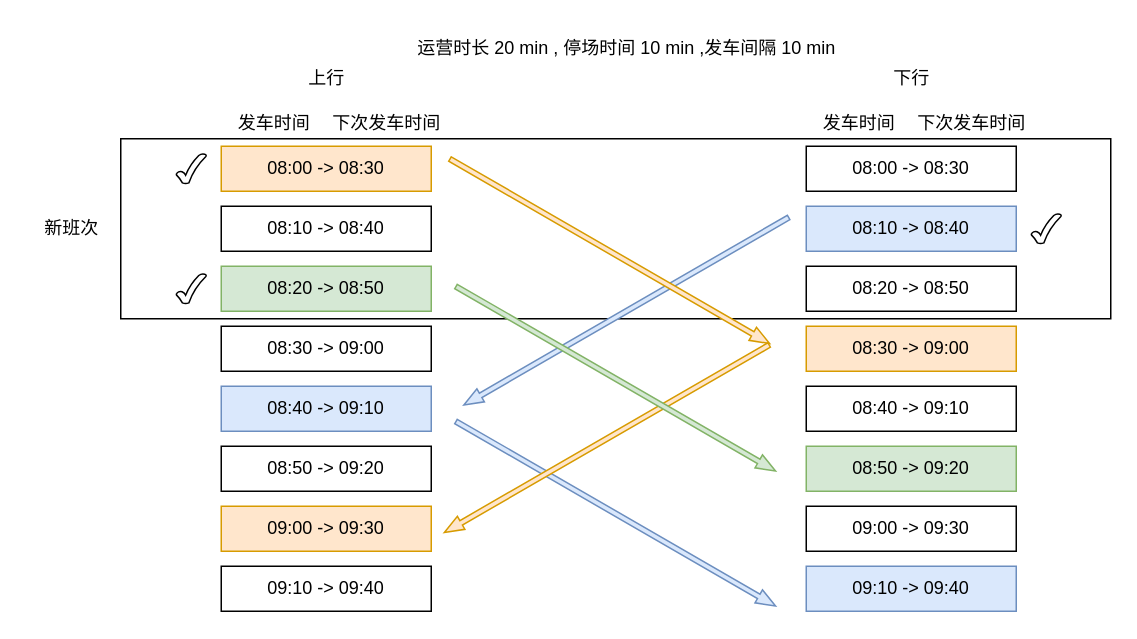
The draw.io diagram 未命名绘图.drawio in alwayChina/draw, before the edit. Source tidied: cells renumbered, new cells numbered last; positions are measured from the earlier drawing's top-left corner, leaving out a move shared by most shapes. Both pictures are drawn from the tidied source at 150%, with x=0, y=0 at pixel (26, 26).
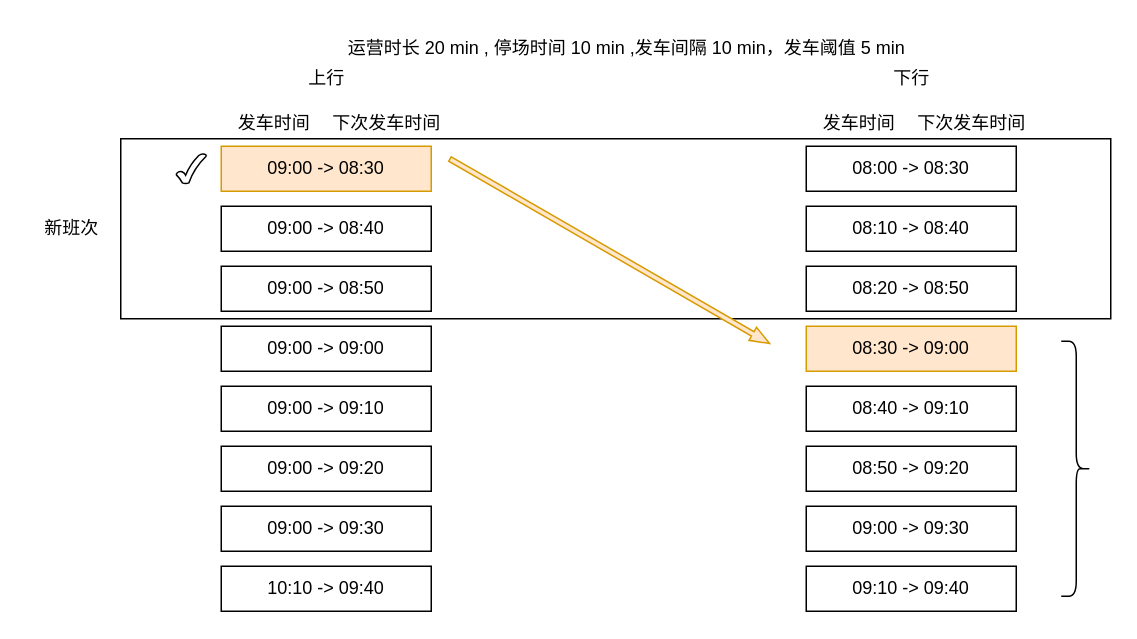
After the change.

Commit message:
更新未命名绘图.drawio

Change to the diagram source:
```diff
@@
-    <mxCell id="3" value="08:00 -&amp;gt; 08:30" style="rounded=0;whiteSpace=wrap;html=1;fillColor=#ffe6cc;strokeColor=#d79b00;" parent="1" vertex="1">
+    <mxCell id="3" value="09:00 -&amp;gt; 08:30" style="rounded=0;whiteSpace=wrap;html=1;fillColor=#ffe6cc;strokeColor=#d79b00;" parent="1" vertex="1">
       <mxGeometry x="130" y="80" width="140" height="30" as="geometry" />
     </mxCell>
-    <mxCell id="4" value="08:10 -&amp;gt; 08:40" style="rounded=0;whiteSpace=wrap;html=1;" parent="1" vertex="1">
+    <mxCell id="4" value="09:00 -&amp;gt; 08:40" style="rounded=0;whiteSpace=wrap;html=1;" parent="1" vertex="1">
       <mxGeometry x="130" y="120" width="140" height="30" as="geometry" />
     </mxCell>
-    <mxCell id="5" value="08:20 -&amp;gt; 08:50" style="rounded=0;whiteSpace=wrap;html=1;fillColor=#d5e8d4;strokeColor=#82b366;" parent="1" vertex="1">
+    <mxCell id="5" value="09:00 -&amp;gt; 08:50" style="rounded=0;whiteSpace=wrap;html=1;" parent="1" vertex="1">
       <mxGeometry x="130" y="160" width="140" height="30" as="geometry" />
     </mxCell>
-    <mxCell id="6" value="08:30 -&amp;gt; 09:00" style="rounded=0;whiteSpace=wrap;html=1;" parent="1" vertex="1">
+    <mxCell id="6" value="09:00 -&amp;gt; 09:00" style="rounded=0;whiteSpace=wrap;html=1;" parent="1" vertex="1">
       <mxGeometry x="130" y="200" width="140" height="30" as="geometry" />
     </mxCell>
-    <mxCell id="7" value="08:40 -&amp;gt; 09:10" style="rounded=0;whiteSpace=wrap;html=1;fillColor=#dae8fc;strokeColor=#6c8ebf;" parent="1" vertex="1">
+    <mxCell id="7" value="09:00 -&amp;gt; 09:10" style="rounded=0;whiteSpace=wrap;html=1;" parent="1" vertex="1">
       <mxGeometry x="130" y="240" width="140" height="30" as="geometry" />
     </mxCell>
-    <mxCell id="8" value="08:50 -&amp;gt; 09:20" style="rounded=0;whiteSpace=wrap;html=1;" parent="1" vertex="1">
+    <mxCell id="8" value="09:00 -&amp;gt; 09:20" style="rounded=0;whiteSpace=wrap;html=1;" parent="1" vertex="1">
       <mxGeometry x="130" y="280" width="140" height="30" as="geometry" />
     </mxCell>
-    <mxCell id="9" value="09:00 -&amp;gt; 09:30" style="rounded=0;whiteSpace=wrap;html=1;fillColor=#ffe6cc;strokeColor=#d79b00;" parent="1" vertex="1">
+    <mxCell id="9" value="09:00 -&amp;gt; 09:30" style="rounded=0;whiteSpace=wrap;html=1;" parent="1" vertex="1">
       <mxGeometry x="130" y="320" width="140" height="30" as="geometry" />
     </mxCell>
-    <mxCell id="10" value="09:10 -&amp;gt; 09:40" style="rounded=0;whiteSpace=wrap;html=1;" parent="1" vertex="1">
+    <mxCell id="10" value="10:10 -&amp;gt; 09:40" style="rounded=0;whiteSpace=wrap;html=1;" parent="1" vertex="1">
       <mxGeometry x="130" y="360" width="140" height="30" as="geometry" />
     </mxCell>
-    <mxCell id="11" value="运营时长 20 min , 停场时间 10 min ,发车间隔 10 min" style="text;html=1;align=center;verticalAlign=middle;strokeColor=none;fillColor=none;" parent="1" vertex="1">
-      <mxGeometry x="250" width="300" height="30" as="geometry" />
+    <mxCell id="11" value="运营时长 20 min , 停场时间 10 min ,发车间隔 10 min，发车阈值 5 min" style="text;html=1;align=center;verticalAlign=middle;strokeColor=none;fillColor=none;" parent="1" vertex="1">
+      <mxGeometry x="205" width="390" height="30" as="geometry" />
     </mxCell>
@@
-    <mxCell id="16" value="08:10 -&amp;gt; 08:40" style="rounded=0;whiteSpace=wrap;html=1;fillColor=#dae8fc;strokeColor=#6c8ebf;" parent="1" vertex="1">
+    <mxCell id="16" value="08:10 -&amp;gt; 08:40" style="rounded=0;whiteSpace=wrap;html=1;" parent="1" vertex="1">
       <mxGeometry x="520" y="120" width="140" height="30" as="geometry" />
     </mxCell>
@@
-    <mxCell id="20" value="08:50 -&amp;gt; 09:20" style="rounded=0;whiteSpace=wrap;html=1;fillColor=#d5e8d4;strokeColor=#82b366;" parent="1" vertex="1">
+    <mxCell id="20" value="08:50 -&amp;gt; 09:20" style="rounded=0;whiteSpace=wrap;html=1;" parent="1" vertex="1">
       <mxGeometry x="520" y="280" width="140" height="30" as="geometry" />
     </mxCell>
@@
-    <mxCell id="22" value="09:10 -&amp;gt; 09:40" style="rounded=0;whiteSpace=wrap;html=1;fillColor=#dae8fc;strokeColor=#6c8ebf;" parent="1" vertex="1">
+    <mxCell id="22" value="09:10 -&amp;gt; 09:40" style="rounded=0;whiteSpace=wrap;html=1;" parent="1" vertex="1">
       <mxGeometry x="520" y="360" width="140" height="30" as="geometry" />
     </mxCell>
@@
-    <mxCell id="26" style="html=1;shadow=0;dashed=0;align=center;verticalAlign=middle;shape=mxgraph.arrows2.arrow;dy=0.66;dx=12.92;notch=0;rotation=30;fillColor=#dae8fc;strokeColor=#6c8ebf;" parent="1" vertex="1">
-      <mxGeometry x="270" y="320" width="246" height="10" as="geometry" />
-    </mxCell>
-    <mxCell id="27" style="html=1;shadow=0;dashed=0;align=center;verticalAlign=middle;shape=mxgraph.arrows2.arrow;dy=0.66;dx=12.92;notch=0;rotation=-210;fillColor=#dae8fc;strokeColor=#6c8ebf;" parent="1" vertex="1">
-      <mxGeometry x="275" y="185" width="250" height="10" as="geometry" />
-    </mxCell>
@@
-    <mxCell id="29" style="html=1;shadow=0;dashed=0;align=center;verticalAlign=middle;shape=mxgraph.arrows2.arrow;dy=0.66;dx=12.92;notch=0;rotation=-210;fillColor=#ffe6cc;strokeColor=#d79b00;" parent="1" vertex="1">
-      <mxGeometry x="262" y="270" width="250" height="10" as="geometry" />
-    </mxCell>
-    <mxCell id="30" style="html=1;shadow=0;dashed=0;align=center;verticalAlign=middle;shape=mxgraph.arrows2.arrow;dy=0.66;dx=12.92;notch=0;rotation=30;fillColor=#d5e8d4;strokeColor=#82b366;" parent="1" vertex="1">
-      <mxGeometry x="270" y="230" width="246" height="10" as="geometry" />
-    </mxCell>
-    <mxCell id="31" style="verticalLabelPosition=bottom;verticalAlign=top;html=1;shape=mxgraph.basic.tick;fontColor=#108bea;" parent="1" vertex="1">
-      <mxGeometry x="100" y="165" width="20" height="20" as="geometry" />
-    </mxCell>
@@
-    <mxCell id="33" style="verticalLabelPosition=bottom;verticalAlign=top;html=1;shape=mxgraph.basic.tick;fontColor=#108bea;" parent="1" vertex="1">
-      <mxGeometry x="670" y="125" width="20" height="20" as="geometry" />
-    </mxCell>
@@
+    <mxCell id="35" style="shape=curlyBracket;whiteSpace=wrap;html=1;rounded=1;flipH=1;labelPosition=right;verticalLabelPosition=middle;align=left;verticalAlign=middle;" parent="1" vertex="1">
+      <mxGeometry x="690" y="210" width="20" height="170" as="geometry" />
+    </mxCell>
```
